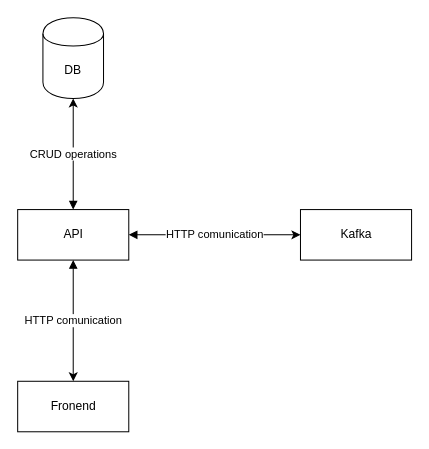
This is page "Components" (2 of 2) of diagrams/diagrams.drawio from flapek/DTS-AdPortal, a draw.io file, before an edit. Source tidied: cells renumbered, new cells numbered last; positions are measured from the earlier drawing's top-left corner, leaving out a move shared by most shapes. Both pictures are drawn from the tidied source at 101%, with x=0, y=0 at pixel (17, 17).
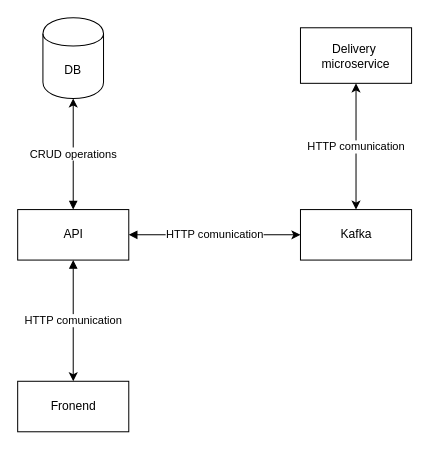
Above is the later version.

What changed in the source:
```diff
@@
 <mxGraphModel>
   <root>
     <mxCell id="0" />
     <mxCell id="1" parent="0" />
     <mxCell id="2" value="Fronend" style="html=1;" parent="1" vertex="1">
       <mxGeometry y="360" width="110" height="50" as="geometry" />
     </mxCell>
     <mxCell id="3" value="CRUD operations" style="edgeStyle=none;html=1;startArrow=block;startFill=1;" parent="1" edge="1" source="6" target="8">
       <mxGeometry relative="1" as="geometry" />
     </mxCell>
     <mxCell id="4" value="HTTP comunication" style="edgeStyle=none;html=1;entryX=0;entryY=0.5;entryDx=0;entryDy=0;startArrow=block;startFill=1;" parent="1" edge="1" source="6" target="7">
       <mxGeometry relative="1" as="geometry" />
     </mxCell>
     <mxCell id="5" value="HTTP comunication" style="edgeStyle=none;html=1;startArrow=block;startFill=1;" parent="1" edge="1" source="6" target="2">
       <mxGeometry relative="1" as="geometry" />
     </mxCell>
     <mxCell id="6" value="API" style="html=1;" parent="1" vertex="1">
       <mxGeometry y="190" width="110" height="50" as="geometry" />
     </mxCell>
     <mxCell id="7" value="Kafka" style="html=1;" parent="1" vertex="1">
       <mxGeometry x="280" y="190" width="110" height="50" as="geometry" />
     </mxCell>
     <mxCell id="8" value="DB" style="shape=cylinder;whiteSpace=wrap;html=1;boundedLbl=1;backgroundOutline=1;" parent="1" vertex="1">
       <mxGeometry x="25" width="60" height="80" as="geometry" />
     </mxCell>
+    <mxCell id="9" value="Delivery&amp;nbsp; microservice" style="whiteSpace=wrap;html=1;" parent="1" vertex="1">
+      <mxGeometry x="280" y="10" width="110" height="55" as="geometry" />
+    </mxCell>
+    <mxCell id="10" value="HTTP comunication" style="edgeStyle=none;html=1;startArrow=classic;startFill=1;exitX=0.5;exitY=1;exitDx=0;exitDy=0;" parent="1" edge="1" source="9">
+      <mxGeometry relative="1" as="geometry">
+        <mxPoint x="335" y="190" as="targetPoint" />
+      </mxGeometry>
+    </mxCell>
   </root>
 </mxGraphModel>
```
